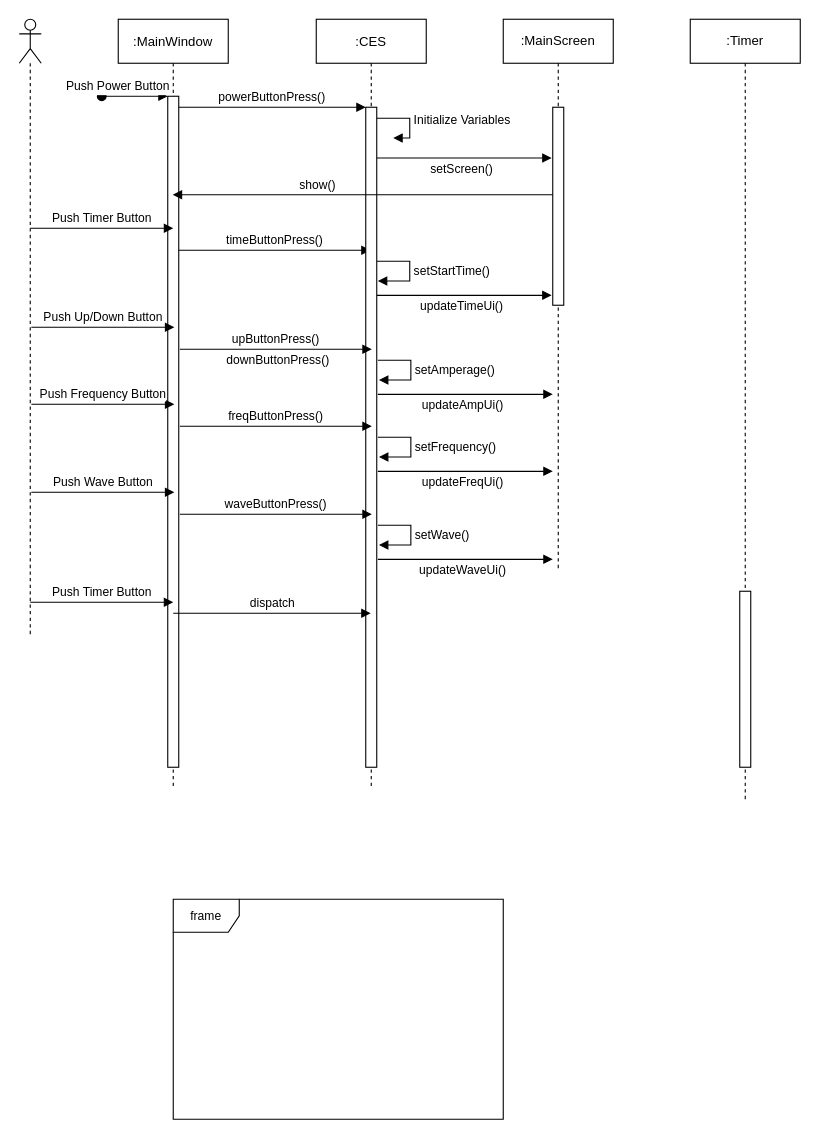
Earlier version of the draw.io diagram Documentation/mainscenario.drawio (willwright1213/CESSimulator). Source tidied: cells renumbered, new cells numbered last; positions are measured from the earlier drawing's top-left corner, leaving out a move shared by most shapes. Both pictures are drawn from the tidied source at 110%, with x=0, y=0 at pixel (19, 19).
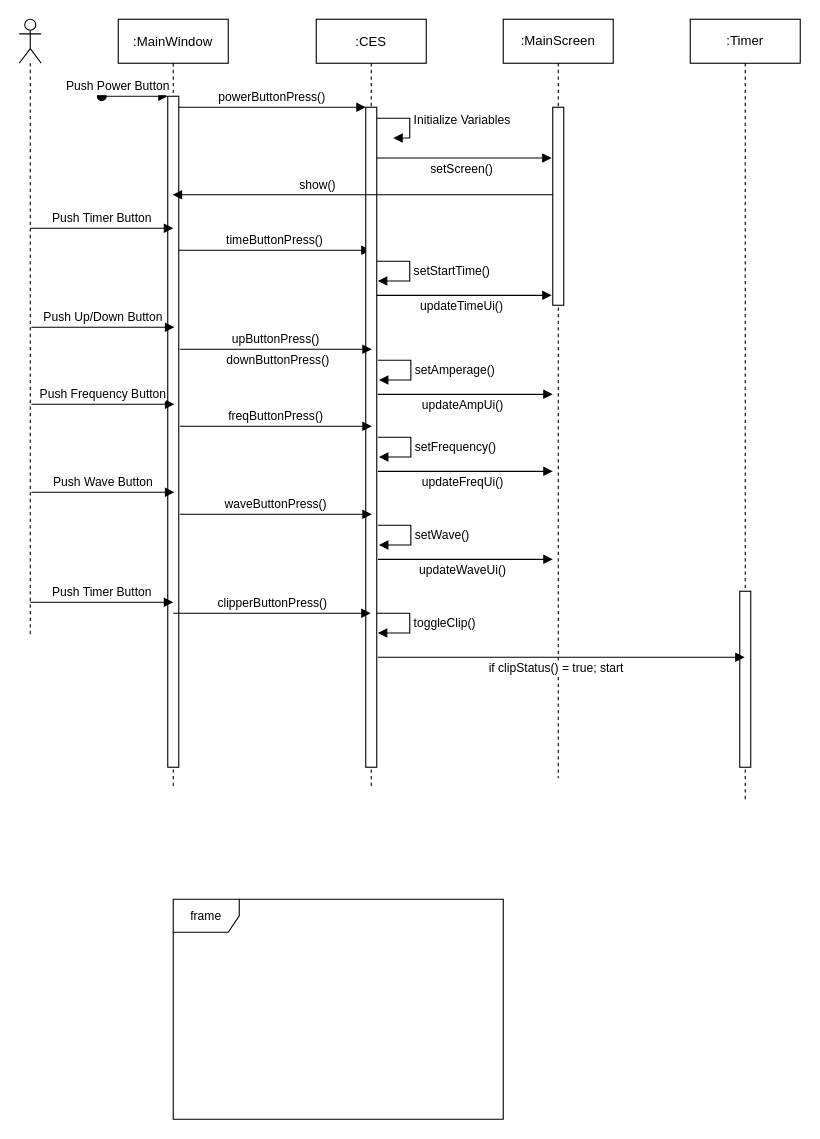
Above is the later version.

The change refers to these unchanged cells:
```xml
<mxCell id="9" value=":CES" style="shape=umlLifeline;perimeter=lifelinePerimeter;rounded=0;shadow=0;strokeWidth=1;" parent="1" vertex="1">
  <mxGeometry x="270" width="100" height="700" as="geometry" />
</mxCell>
<mxCell id="18" value=":Timer" style="shape=umlLifeline;perimeter=lifelinePerimeter;whiteSpace=wrap;html=1;outlineConnect=0;" parent="1" vertex="1">
  <mxGeometry x="610" width="100" height="710" as="geometry" />
</mxCell>
```

Change to the diagram source:
```diff
@@
     <mxCell id="2" value=":MainScreen" style="shape=umlLifeline;perimeter=lifelinePerimeter;whiteSpace=wrap;html=1;" parent="1" vertex="1">
-      <mxGeometry x="440" width="100" height="500" as="geometry" />
+      <mxGeometry x="440" width="100" height="690" as="geometry" />
     </mxCell>
@@
+    <mxCell id="36" value="toggleClip()" style="edgeStyle=orthogonalEdgeStyle;html=1;align=left;spacingLeft=2;endArrow=block;rounded=0;entryX=1.1;entryY=0.175;entryDx=0;entryDy=0;entryPerimeter=0;" parent="9" edge="1">
+      <mxGeometry relative="1" as="geometry">
+        <mxPoint x="55" y="540" as="sourcePoint" />
+        <mxPoint x="56" y="558" as="targetPoint" />
+        <Array as="points">
+          <mxPoint x="85" y="540" />
+          <mxPoint x="85" y="558" />
+        </Array>
+      </mxGeometry>
+    </mxCell>
@@
-    <mxCell id="35" value="dispatch" style="html=1;verticalAlign=bottom;endArrow=block;rounded=0;fontSize=11;" parent="1" edge="1" target="9">
+    <mxCell id="35" value="clipperButtonPress()" style="html=1;verticalAlign=bottom;endArrow=block;rounded=0;fontSize=11;" parent="1" edge="1" target="9">
       <mxGeometry relative="1" as="geometry">
         <mxPoint x="140" y="540" as="sourcePoint" />
       </mxGeometry>
     </mxCell>
+    <mxCell id="37" value="if clipStatus() = true; start" style="html=1;verticalAlign=bottom;endArrow=block;rounded=0;" parent="1" edge="1" target="18">
+      <mxGeometry x="-0.03" y="-19" relative="1" as="geometry">
+        <mxPoint x="326" y="580" as="sourcePoint" />
+      </mxGeometry>
+    </mxCell>
```
